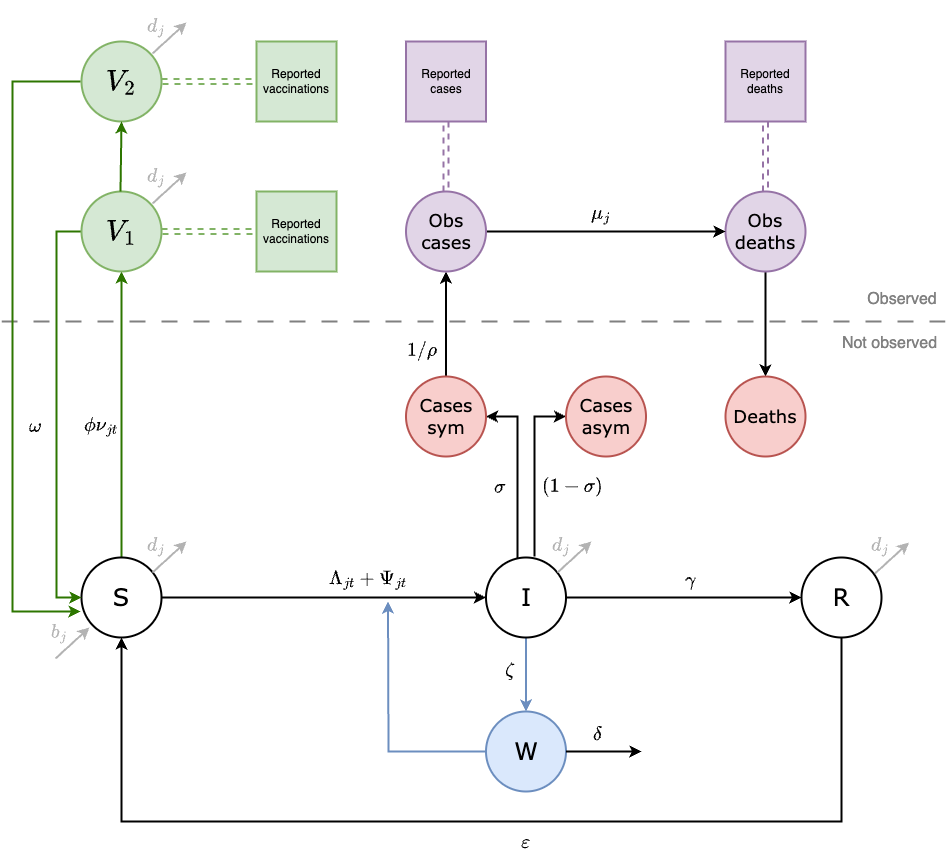
Before: diagrams/v_0_2.drawio.png, a diagram exported from draw.io (InstituteforDiseaseModeling/MOSAIC-docs). Source tidied: cells renumbered, new cells last; positions are measured from the earlier drawing's top-left corner, leaving out a move shared by most shapes.
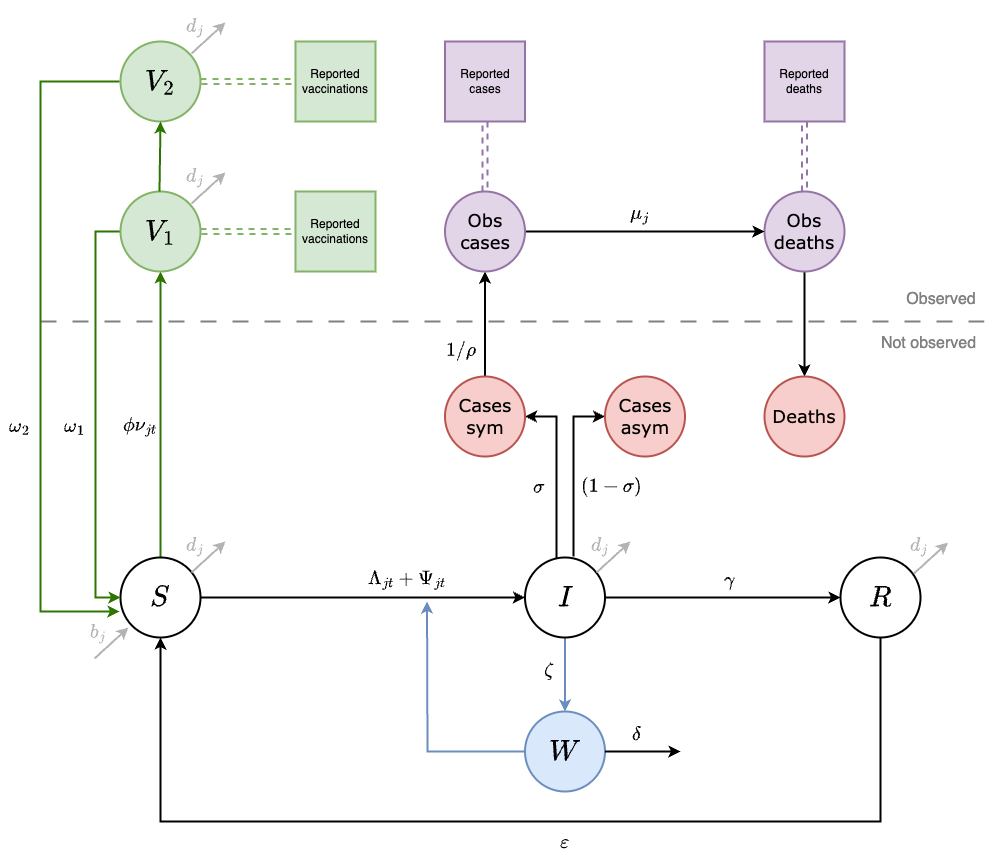
Above is the later version.

What changed in the source:
```diff
@@ -5,7 +5,7 @@
     <mxCell id="2" style="edgeStyle=orthogonalEdgeStyle;rounded=0;jettySize=auto;html=1;entryX=0.5;entryY=1;entryDx=0;entryDy=0;fillColor=#60a917;strokeColor=#2D7600;strokeWidth=2;" parent="1" edge="1" source="3" target="7">
       <mxGeometry relative="1" as="geometry" />
     </mxCell>
-    <mxCell id="3" value="S" style="ellipse;whiteSpace=wrap;html=1;fontSize=24;fontFamily=Verdana;fillColor=#FFFFFF;strokeColor=#000000;fontColor=#000000;strokeWidth=2;" parent="1" vertex="1">
+    <mxCell id="3" value="$$S$$" style="ellipse;whiteSpace=wrap;html=1;fontSize=24;fontFamily=Verdana;fillColor=#FFFFFF;strokeColor=#000000;fontColor=#000000;strokeWidth=2;" parent="1" vertex="1">
       <mxGeometry x="80" y="546" width="80" height="80" as="geometry" />
     </mxCell>
     <mxCell id="4" style="edgeStyle=orthogonalEdgeStyle;rounded=0;jettySize=auto;html=1;exitX=1;exitY=0.5;exitDx=0;exitDy=0;strokeColor=#000000;strokeWidth=2;" parent="1" edge="1" source="3" target="12">
@@ -43,7 +43,7 @@
     <mxCell id="11" style="edgeStyle=orthogonalEdgeStyle;rounded=0;jettySize=auto;html=1;exitX=0.606;exitY=-0.012;exitDx=0;exitDy=0;entryX=0;entryY=0.5;entryDx=0;entryDy=0;exitPerimeter=0;strokeWidth=2;strokeColor=#000000;" parent="1" edge="1" source="12" target="33">
       <mxGeometry relative="1" as="geometry" />
     </mxCell>
-    <mxCell id="12" value="I" style="ellipse;whiteSpace=wrap;html=1;fontSize=24;fontFamily=Verdana;fillColor=#FFFFFF;strokeColor=#000000;fontColor=#000000;strokeWidth=2;" parent="1" vertex="1">
+    <mxCell id="12" value="$$I$$" style="ellipse;whiteSpace=wrap;html=1;fontSize=24;fontFamily=Verdana;fillColor=#FFFFFF;strokeColor=#000000;fontColor=#000000;strokeWidth=2;" parent="1" vertex="1">
       <mxGeometry x="484.5" y="546" width="80" height="80" as="geometry" />
     </mxCell>
     <mxCell id="13" style="edgeStyle=orthogonalEdgeStyle;rounded=0;jettySize=auto;html=1;exitX=0.5;exitY=1;exitDx=0;exitDy=0;entryX=0.5;entryY=1;entryDx=0;entryDy=0;strokeColor=#000000;strokeWidth=2;" parent="1" edge="1" source="14" target="3">
@@ -54,7 +54,7 @@
         </Array>
       </mxGeometry>
     </mxCell>
-    <mxCell id="14" value="R" style="ellipse;whiteSpace=wrap;html=1;fontSize=24;fontFamily=Verdana;fillColor=#FFFFFF;strokeColor=#000000;fontColor=#000000;strokeWidth=2;" parent="1" vertex="1">
+    <mxCell id="14" value="$$R$$" style="ellipse;whiteSpace=wrap;html=1;fontSize=24;fontFamily=Verdana;fillColor=#FFFFFF;strokeColor=#000000;fontColor=#000000;strokeWidth=2;" parent="1" vertex="1">
       <mxGeometry x="800" y="546" width="80" height="80" as="geometry" />
     </mxCell>
     <mxCell id="15" style="edgeStyle=orthogonalEdgeStyle;rounded=0;jettySize=auto;html=1;fillColor=#dae8fc;strokeColor=#6c8ebf;exitX=0;exitY=0.5;exitDx=0;exitDy=0;strokeWidth=2;" parent="1" edge="1" source="16">
@@ -62,7 +62,7 @@
         <mxPoint x="386.5" y="590" as="targetPoint" />
       </mxGeometry>
     </mxCell>
-    <mxCell id="16" value="W" style="ellipse;whiteSpace=wrap;html=1;fontSize=24;fontFamily=Verdana;fillColor=#dae8fc;strokeColor=#6c8ebf;strokeWidth=2;fontColor=#000000;" parent="1" vertex="1">
+    <mxCell id="16" value="$$W$$" style="ellipse;whiteSpace=wrap;html=1;fontSize=24;fontFamily=Verdana;fillColor=#dae8fc;strokeColor=#6c8ebf;strokeWidth=2;fontColor=#000000;" parent="1" vertex="1">
       <mxGeometry x="484.5" y="700" width="80" height="80" as="geometry" />
     </mxCell>
     <mxCell id="17" style="edgeStyle=orthogonalEdgeStyle;rounded=0;jettySize=auto;html=1;exitX=0.5;exitY=0;exitDx=0;exitDy=0;entryX=0.5;entryY=1;entryDx=0;entryDy=0;shape=link;dashed=1;fillColor=#e1d5e7;strokeColor=#9673a6;strokeWidth=2;" parent="1" edge="1" source="19" target="31">
@@ -86,7 +86,7 @@
     <mxCell id="23" value="$$ \gamma $$" style="text;html=1;align=center;verticalAlign=middle;whiteSpace=wrap;rounded=0;rotation=0;fontSize=16;fontFamily=Verdana;fontColor=#000000;strokeWidth=2;" parent="1" vertex="1">
       <mxGeometry x="654" y="553" width="70" height="30" as="geometry" />
     </mxCell>
-    <mxCell id="24" value="$$ \omega $$" style="text;html=1;align=center;verticalAlign=middle;whiteSpace=wrap;rounded=0;rotation=0;fontSize=16;fontFamily=Verdana;fontColor=#000000;strokeWidth=2;" parent="1" vertex="1">
+    <mxCell id="24" value="$$ \omega_1 $$" style="text;html=1;align=center;verticalAlign=middle;whiteSpace=wrap;rounded=0;rotation=0;fontSize=16;fontFamily=Verdana;fontColor=#000000;strokeWidth=2;" parent="1" vertex="1">
       <mxGeometry x="15" y="399" width="39" height="30" as="geometry" />
     </mxCell>
     <mxCell id="25" value="$$ \varepsilon $$" style="text;html=1;align=center;verticalAlign=middle;whiteSpace=wrap;rounded=0;rotation=0;fontSize=16;fontFamily=Verdana;fontColor=#000000;strokeWidth=2;" parent="1" vertex="1">
@@ -235,8 +235,8 @@
         <mxPoint x="79" y="70" as="sourcePoint" />
         <mxPoint x="79" y="600" as="targetPoint" />
         <Array as="points">
-          <mxPoint x="11" y="70" />
-          <mxPoint x="11" y="600" />
+          <mxPoint y="70" />
+          <mxPoint y="600" />
         </Array>
       </mxGeometry>
     </mxCell>
@@ -249,5 +249,8 @@
         <mxPoint x="185" y="11" as="targetPoint" />
       </mxGeometry>
     </mxCell>
+    <mxCell id="63" value="$$ \omega_2 $$" style="text;html=1;align=center;verticalAlign=middle;whiteSpace=wrap;rounded=0;rotation=0;fontSize=16;fontFamily=Verdana;fontColor=#000000;strokeWidth=2;" parent="1" vertex="1">
+      <mxGeometry x="-40" y="408.5" width="39" height="11" as="geometry" />
+    </mxCell>
   </root>
 </mxGraphModel>
```
